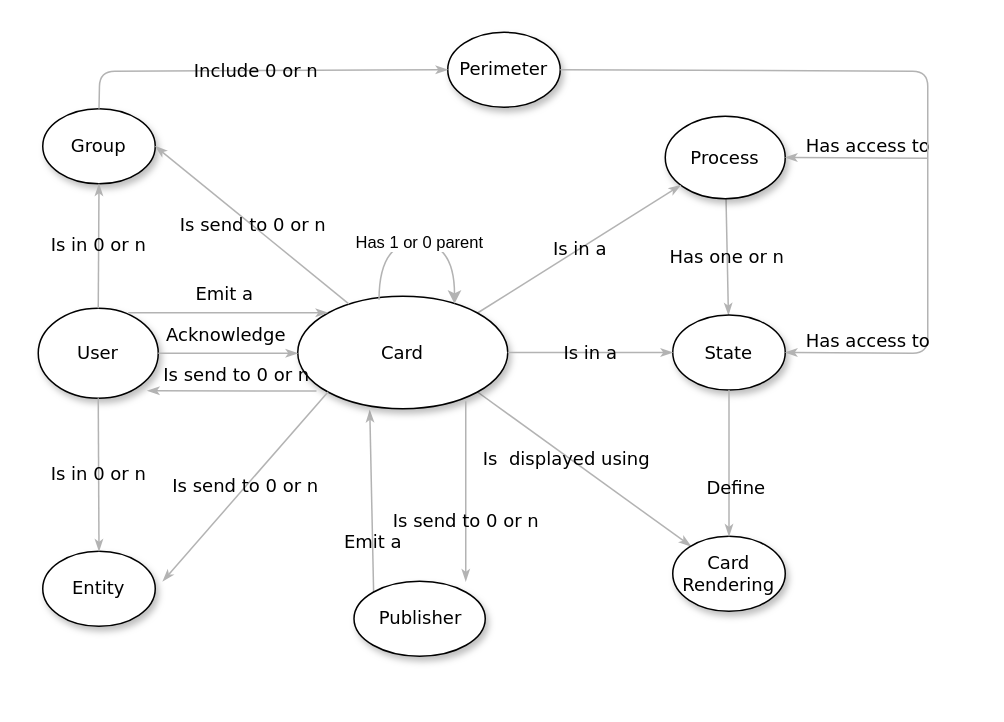
Before: src/docs/asciidoc/images/BusinessObjects.drawio in opfab/operatorfabric-core, a draw.io diagram. Source tidied: cells renumbered, new cells numbered last; positions are measured from the earlier drawing's top-left corner, leaving out a move shared by most shapes. Both pictures are drawn from the tidied source at 150%, with x=0, y=0 at pixel (38, 32).
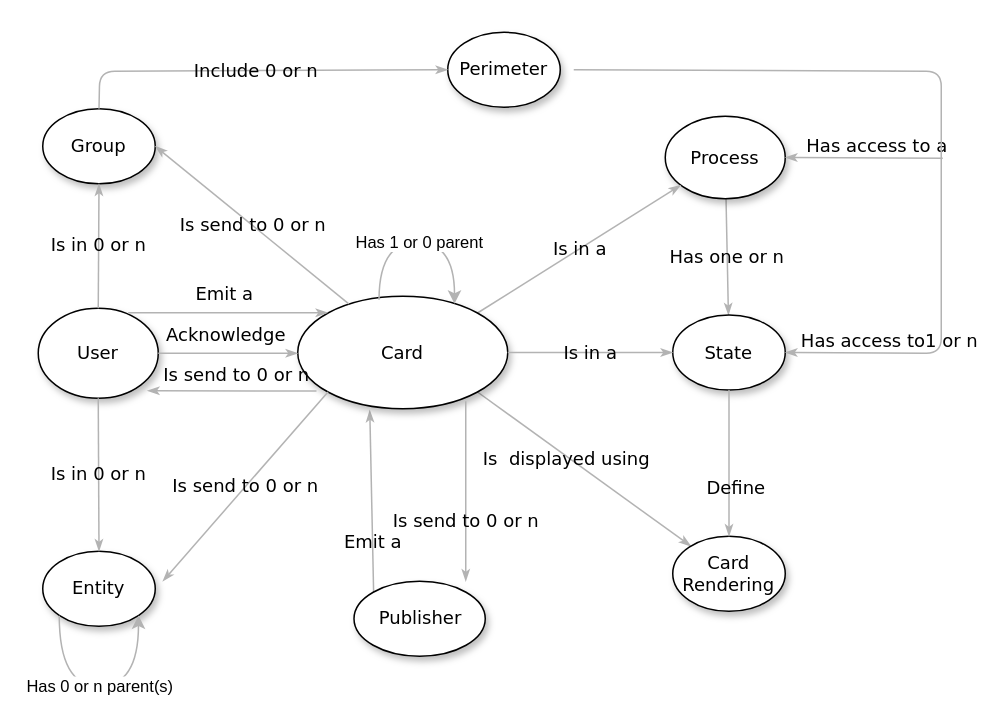
The same page after the edit.

The change refers to these unchanged cells:
```xml
<mxCell id="6" value="Process" style="ellipse;whiteSpace=wrap;html=1;rounded=0;shadow=1;comic=0;labelBackgroundColor=none;strokeWidth=1;fontFamily=Verdana;fontSize=12;align=center;" parent="1" vertex="1">
  <mxGeometry x="418" y="56" width="80" height="55" as="geometry" />
</mxCell>
<mxCell id="8" value="State" style="ellipse;whiteSpace=wrap;html=1;rounded=0;shadow=1;comic=0;labelBackgroundColor=none;strokeWidth=1;fontFamily=Verdana;fontSize=12;align=center;" parent="1" vertex="1">
  <mxGeometry x="423" y="188.5" width="75" height="50" as="geometry" />
</mxCell>
<mxCell id="18" value="Entity" style="ellipse;whiteSpace=wrap;html=1;rounded=0;shadow=1;comic=0;labelBackgroundColor=none;strokeWidth=1;fontFamily=Verdana;fontSize=12;align=center;" parent="1" vertex="1">
  <mxGeometry x="3" y="346" width="75" height="50" as="geometry" />
</mxCell>
<mxCell id="24" value="Perimeter" style="ellipse;whiteSpace=wrap;html=1;rounded=0;shadow=1;comic=0;labelBackgroundColor=none;strokeWidth=1;fontFamily=Verdana;fontSize=12;align=center;" parent="1" vertex="1">
  <mxGeometry x="273" width="75" height="50" as="geometry" />
</mxCell>
```

What changed in the source:
```diff
@@
-    <mxCell id="26" value="Has access to" style="edgeStyle=none;rounded=1;html=1;labelBackgroundColor=none;startArrow=none;startFill=0;startSize=5;endArrow=classicThin;endFill=1;endSize=5;jettySize=auto;strokeColor=#B3B3B3;strokeWidth=1;fontFamily=Verdana;fontSize=12;entryX=1;entryY=0.5;entryDx=0;entryDy=0;" parent="1" edge="1" target="6">
+    <mxCell id="26" value="Has access to a" style="edgeStyle=none;rounded=1;html=1;labelBackgroundColor=none;startArrow=none;startFill=0;startSize=5;endArrow=classicThin;endFill=1;endSize=5;jettySize=auto;strokeColor=#B3B3B3;strokeWidth=1;fontFamily=Verdana;fontSize=12;entryX=1;entryY=0.5;entryDx=0;entryDy=0;" parent="1" edge="1" target="6">
       <mxGeometry x="-0.16" y="-8" relative="1" as="geometry">
-        <mxPoint x="593" y="84" as="sourcePoint" />
+        <mxPoint x="603" y="84" as="sourcePoint" />
       </mxGeometry>
     </mxCell>
-    <mxCell id="27" value="&lt;div&gt;Has access to &lt;/div&gt;" style="edgeStyle=none;rounded=1;html=1;labelBackgroundColor=none;startArrow=none;startFill=0;startSize=5;endArrow=classicThin;endFill=1;endSize=5;jettySize=auto;strokeColor=#B3B3B3;strokeWidth=1;fontFamily=Verdana;fontSize=12;entryX=1;entryY=0.5;entryDx=0;entryDy=0;jumpStyle=none;exitX=1;exitY=0.5;exitDx=0;exitDy=0;" parent="1" edge="1" source="24" target="8">
+    <mxCell id="27" value="&lt;div&gt;&amp;nbsp;&amp;nbsp;&amp;nbsp;&amp;nbsp;&amp;nbsp;&amp;nbsp; Has access to1 or n &lt;br&gt;&lt;/div&gt;" style="edgeStyle=none;rounded=1;html=1;labelBackgroundColor=none;startArrow=none;startFill=0;startSize=5;endArrow=classicThin;endFill=1;endSize=5;jettySize=auto;strokeColor=#B3B3B3;strokeWidth=1;fontFamily=Verdana;fontSize=12;entryX=1;entryY=0.5;entryDx=0;entryDy=0;jumpStyle=none;exitX=1;exitY=0.5;exitDx=0;exitDy=0;" parent="1" edge="1" target="8">
       <mxGeometry x="0.79" y="-8" relative="1" as="geometry">
+        <mxPoint x="357" y="25" as="sourcePoint" />
         <Array as="points">
-          <mxPoint x="593" y="26" />
-          <mxPoint x="593" y="214" />
+          <mxPoint x="602" y="26" />
+          <mxPoint x="602" y="214" />
         </Array>
       </mxGeometry>
     </mxCell>
@@
+    <mxCell id="30" value="&lt;div&gt;Has 0 or n parent(s)&lt;/div&gt;" style="endArrow=classic;html=1;edgeStyle=orthogonalEdgeStyle;curved=1;entryX=1;entryY=1;entryDx=0;entryDy=0;strokeColor=#B3B3B3;" parent="1" edge="1" target="18">
+      <mxGeometry relative="1" as="geometry">
+        <mxPoint x="14" y="389" as="sourcePoint" />
+        <Array as="points">
+          <mxPoint x="14" y="436" />
+          <mxPoint x="67" y="436" />
+        </Array>
+      </mxGeometry>
+    </mxCell>
```
